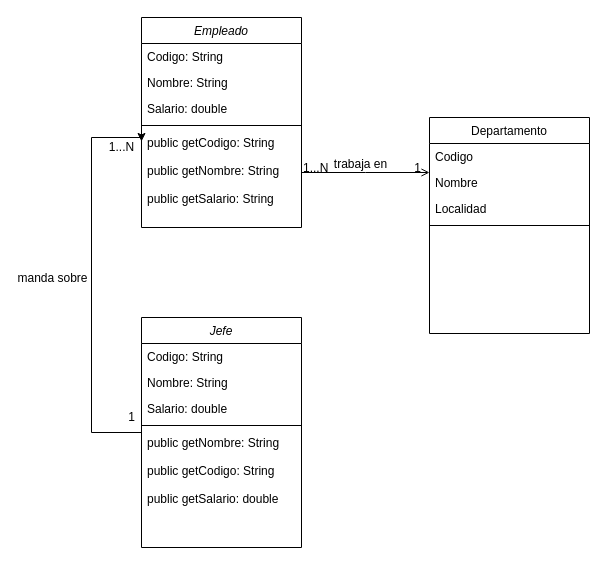
Before: Untitled Diagram.drawio in MarioAcuna1254/proyectoGIT, a draw.io diagram. Source tidied: cells renumbered, new cells numbered last; positions are measured from the earlier drawing's top-left corner, leaving out a move shared by most shapes. Both pictures are drawn from the tidied source at 100%, with x=0, y=0 at pixel (51, 17).
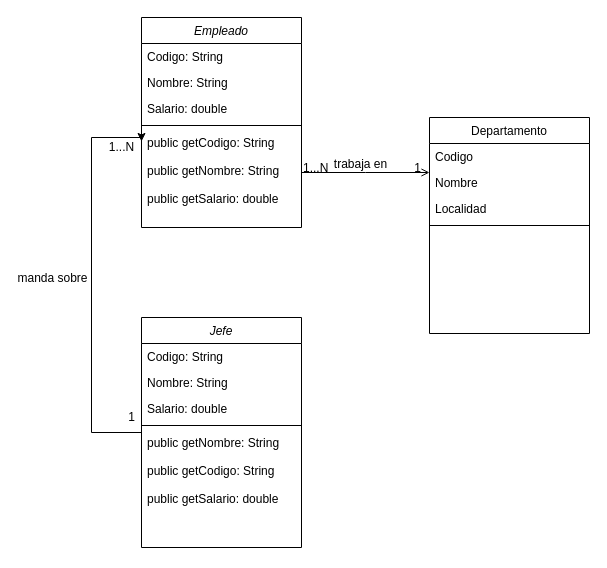
The same page after the edit.

Unchanged cells that the change refers to:
```xml
<mxCell id="2" value="Empleado" style="swimlane;fontStyle=2;align=center;verticalAlign=top;horizontal=1;startSize=26;rounded=0;shadow=0;strokeWidth=1;" parent="1" vertex="1">
  <mxGeometry x="90" width="160" height="210" as="geometry" />
</mxCell>
```

Diff of the diagram source:
```diff
@@
-    <mxCell id="7" value="public getCodigo: String&#10;&#10;public getNombre: String&#10;&#10;public getSalario: String&#10;" style="text;align=left;verticalAlign=top;spacingLeft=4;spacingRight=4;overflow=hidden;points=[[0,0.5],[1,0.5]];portConstraint=eastwest;" parent="2" vertex="1">
+    <mxCell id="7" value="public getCodigo: String&#10;&#10;public getNombre: String&#10;&#10;public getSalario: double&#10;" style="text;align=left;verticalAlign=top;spacingLeft=4;spacingRight=4;overflow=hidden;points=[[0,0.5],[1,0.5]];portConstraint=eastwest;" parent="2" vertex="1">
       <mxGeometry y="112" width="160" height="98" as="geometry" />
     </mxCell>
```
